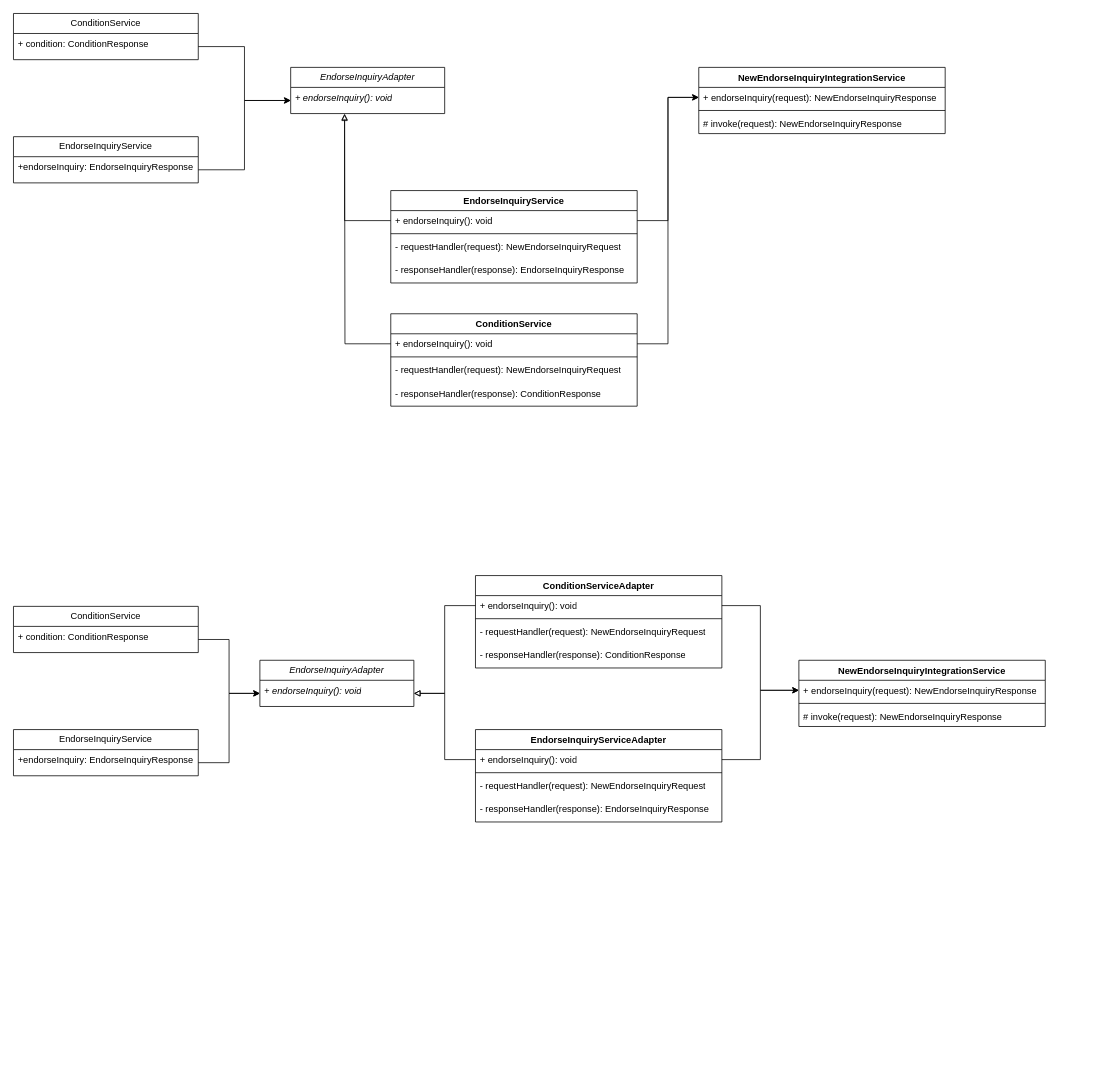
Above: page "第 3 页" (3 of 3) of endorseInquiry.drawio in alphonsoxu/docs (draw.io), before the change. Source tidied: cells renumbered, new cells numbered last; positions are measured from the earlier drawing's top-left corner, leaving out a move shared by most shapes. Both pictures are drawn from the tidied source at 77%, with x=0, y=0 at pixel (13, 13).
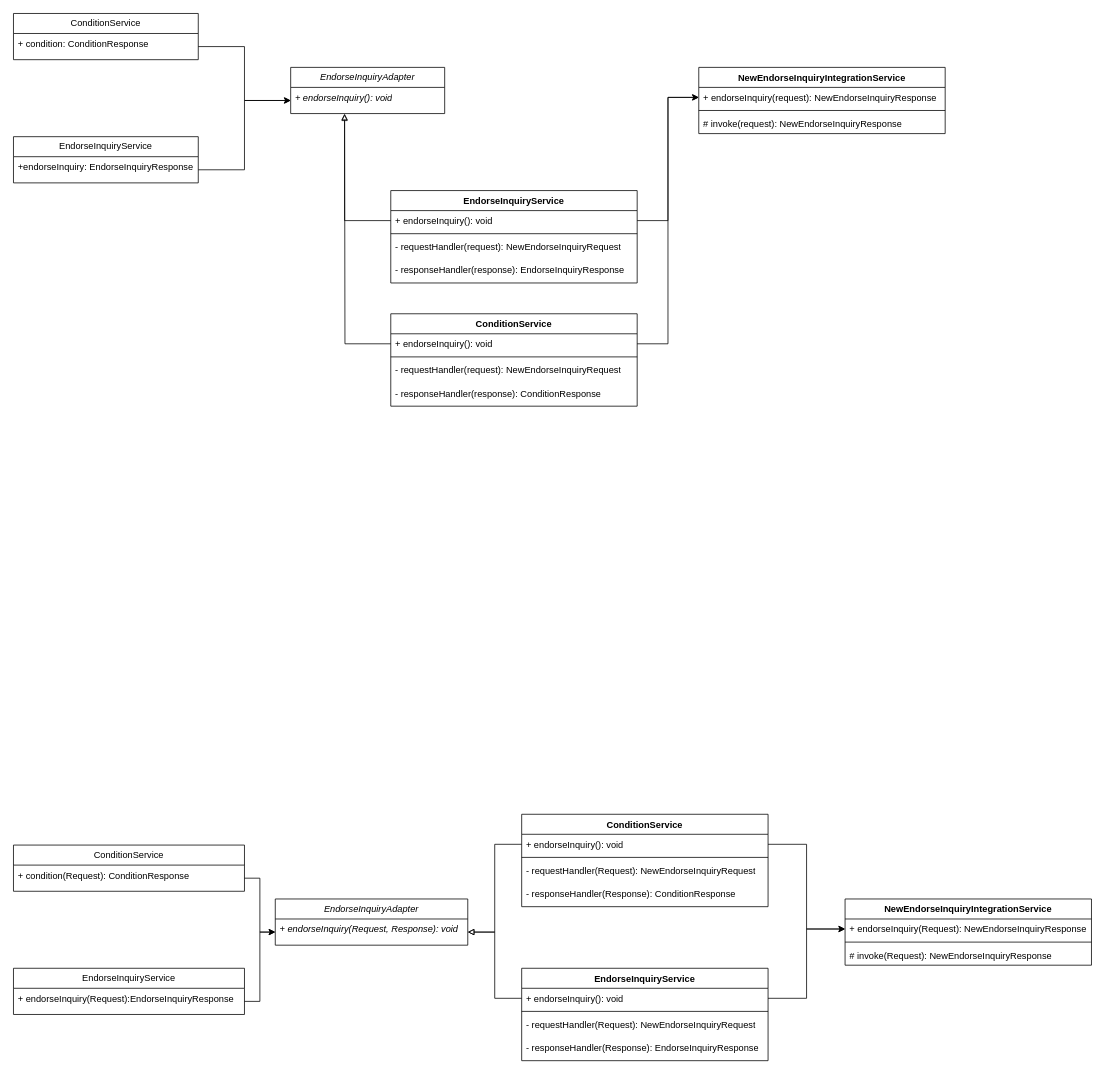
The same page after the edit.

The edit, as a diff of the source:
```diff
@@
     <mxCell id="28" value="ConditionService" style="swimlane;fontStyle=0;horizontal=1;startSize=26;fillColor=none;whiteSpace=wrap;html=1;" parent="1" vertex="1">
-      <mxGeometry y="770" width="240" height="60" as="geometry" />
+      <mxGeometry y="1080" width="300" height="60" as="geometry" />
     </mxCell>
-    <mxCell id="29" value="+ condition&lt;span style=&quot;background-color: initial;&quot;&gt;:&amp;nbsp;&lt;/span&gt;ConditionResponse" style="text;strokeColor=none;fillColor=none;align=left;verticalAlign=top;spacingLeft=4;spacingRight=4;overflow=hidden;points=[[0,0.5],[1,0.5]];portConstraint=eastwest;whiteSpace=wrap;html=1;" parent="28" vertex="1">
-      <mxGeometry y="26" width="240" height="34" as="geometry" />
-    </mxCell>
+    <mxCell id="54" value="+ condition(Request)&lt;span style=&quot;background-color: initial;&quot;&gt;:&amp;nbsp;&lt;/span&gt;ConditionResponse" style="text;strokeColor=none;fillColor=none;align=left;verticalAlign=top;spacingLeft=4;spacingRight=4;overflow=hidden;points=[[0,0.5],[1,0.5]];portConstraint=eastwest;whiteSpace=wrap;html=1;" parent="28" vertex="1">
+      <mxGeometry y="26" width="300" height="34" as="geometry" />
+    </mxCell>
     <mxCell id="30" value="NewEndorseInquiryIntegrationService" style="swimlane;fontStyle=1;align=center;verticalAlign=top;horizontal=1;startSize=26;whiteSpace=wrap;html=1;" parent="1" vertex="1">
-      <mxGeometry x="1020" y="840" width="320" height="86" as="geometry" />
+      <mxGeometry x="1080" y="1150" width="320" height="86" as="geometry" />
     </mxCell>
-    <mxCell id="31" value="+ endorseInquiry(request): NewEndorseInquiryResponse" style="text;strokeColor=none;fillColor=none;align=left;verticalAlign=top;spacingLeft=4;spacingRight=4;overflow=hidden;points=[[0,0.5],[1,0.5]];portConstraint=eastwest;whiteSpace=wrap;html=1;" parent="30" vertex="1">
-      <mxGeometry y="26" width="320" height="26" as="geometry" />
-    </mxCell>
-    <mxCell id="32" style="line;strokeWidth=1;fillColor=none;align=left;verticalAlign=middle;spacingTop=-1;spacingLeft=3;spacingRight=3;labelPosition=right;strokeColor=inherit;" parent="30" vertex="1">
-      <mxGeometry y="52" width="320" height="8" as="geometry" />
-    </mxCell>
-    <mxCell id="33" value="# invoke(request): NewEndorseInquiryResponse" style="text;strokeColor=none;fillColor=none;align=left;verticalAlign=top;spacingLeft=4;spacingRight=4;overflow=hidden;whiteSpace=wrap;html=1;" parent="30" vertex="1">
-      <mxGeometry y="60" width="320" height="26" as="geometry" />
-    </mxCell>
-    <mxCell id="34" value="EndorseInquiryServiceAdapter" style="swimlane;fontStyle=1;align=center;verticalAlign=top;horizontal=1;startSize=26;whiteSpace=wrap;html=1;" parent="1" vertex="1">
-      <mxGeometry x="600" y="930" width="320" height="120" as="geometry" />
-    </mxCell>
-    <mxCell id="35" value="+ endorseInquiry(): void" style="text;strokeColor=none;fillColor=none;align=left;verticalAlign=top;spacingLeft=4;spacingRight=4;overflow=hidden;points=[[0,0.5],[1,0.5]];portConstraint=eastwest;whiteSpace=wrap;html=1;" parent="34" vertex="1">
-      <mxGeometry y="26" width="320" height="26" as="geometry" />
-    </mxCell>
-    <mxCell id="36" style="line;strokeWidth=1;fillColor=none;align=left;verticalAlign=middle;spacingTop=-1;spacingLeft=3;spacingRight=3;labelPosition=right;strokeColor=inherit;" parent="34" vertex="1">
-      <mxGeometry y="52" width="320" height="8" as="geometry" />
-    </mxCell>
-    <mxCell id="37" value="- requestHandler(request): NewEndorseInquiryRequest" style="text;strokeColor=none;fillColor=none;align=left;verticalAlign=top;spacingLeft=4;spacingRight=4;overflow=hidden;whiteSpace=wrap;html=1;" parent="34" vertex="1">
-      <mxGeometry y="60" width="320" height="30" as="geometry" />
-    </mxCell>
-    <mxCell id="38" value="- responseHandler(response): EndorseInquiryResponse" style="text;strokeColor=none;fillColor=none;align=left;verticalAlign=top;spacingLeft=4;spacingRight=4;overflow=hidden;whiteSpace=wrap;html=1;" parent="34" vertex="1">
-      <mxGeometry y="90" width="320" height="30" as="geometry" />
-    </mxCell>
+    <mxCell id="55" value="+ endorseInquiry(Request): NewEndorseInquiryResponse" style="text;strokeColor=none;fillColor=none;align=left;verticalAlign=top;spacingLeft=4;spacingRight=4;overflow=hidden;points=[[0,0.5],[1,0.5]];portConstraint=eastwest;whiteSpace=wrap;html=1;" parent="30" vertex="1">
+      <mxGeometry y="26" width="320" height="26" as="geometry" />
+    </mxCell>
+    <mxCell id="56" style="line;strokeWidth=1;fillColor=none;align=left;verticalAlign=middle;spacingTop=-1;spacingLeft=3;spacingRight=3;labelPosition=right;strokeColor=inherit;" parent="30" vertex="1">
+      <mxGeometry y="52" width="320" height="8" as="geometry" />
+    </mxCell>
+    <mxCell id="57" value="# invoke(Request): NewEndorseInquiryResponse" style="text;strokeColor=none;fillColor=none;align=left;verticalAlign=top;spacingLeft=4;spacingRight=4;overflow=hidden;whiteSpace=wrap;html=1;" parent="30" vertex="1">
+      <mxGeometry y="60" width="320" height="26" as="geometry" />
+    </mxCell>
+    <mxCell id="58" value="EndorseInquiryService" style="swimlane;fontStyle=1;align=center;verticalAlign=top;horizontal=1;startSize=26;whiteSpace=wrap;html=1;" parent="1" vertex="1">
+      <mxGeometry x="660" y="1240" width="320" height="120" as="geometry" />
+    </mxCell>
+    <mxCell id="59" value="+ endorseInquiry(): void" style="text;strokeColor=none;fillColor=none;align=left;verticalAlign=top;spacingLeft=4;spacingRight=4;overflow=hidden;points=[[0,0.5],[1,0.5]];portConstraint=eastwest;whiteSpace=wrap;html=1;" parent="58" vertex="1">
+      <mxGeometry y="26" width="320" height="26" as="geometry" />
+    </mxCell>
+    <mxCell id="60" style="line;strokeWidth=1;fillColor=none;align=left;verticalAlign=middle;spacingTop=-1;spacingLeft=3;spacingRight=3;labelPosition=right;strokeColor=inherit;" parent="58" vertex="1">
+      <mxGeometry y="52" width="320" height="8" as="geometry" />
+    </mxCell>
+    <mxCell id="61" value="- requestHandler(Request): NewEndorseInquiryRequest" style="text;strokeColor=none;fillColor=none;align=left;verticalAlign=top;spacingLeft=4;spacingRight=4;overflow=hidden;whiteSpace=wrap;html=1;" parent="58" vertex="1">
+      <mxGeometry y="60" width="320" height="30" as="geometry" />
+    </mxCell>
+    <mxCell id="62" value="- responseHandler(Response): EndorseInquiryResponse" style="text;strokeColor=none;fillColor=none;align=left;verticalAlign=top;spacingLeft=4;spacingRight=4;overflow=hidden;whiteSpace=wrap;html=1;" parent="58" vertex="1">
+      <mxGeometry y="90" width="320" height="30" as="geometry" />
+    </mxCell>
     <mxCell id="39" value="&lt;i&gt;EndorseInquiryAdapter&lt;/i&gt;" style="swimlane;fontStyle=0;horizontal=1;startSize=26;fillColor=none;whiteSpace=wrap;html=1;" parent="1" vertex="1">
-      <mxGeometry x="320" y="840" width="200" height="60" as="geometry" />
+      <mxGeometry x="340" y="1150" width="250" height="60" as="geometry" />
     </mxCell>
-    <mxCell id="40" value="&lt;i&gt;+ endorseInquiry()&lt;span style=&quot;background-color: initial;&quot;&gt;:&amp;nbsp;&lt;/span&gt;void&lt;/i&gt;" style="text;strokeColor=none;fillColor=none;align=left;verticalAlign=top;spacingLeft=4;spacingRight=4;overflow=hidden;points=[[0,0.5],[1,0.5]];portConstraint=eastwest;whiteSpace=wrap;html=1;" parent="39" vertex="1">
-      <mxGeometry y="26" width="200" height="34" as="geometry" />
-    </mxCell>
-    <mxCell id="41" style="edgeStyle=orthogonalEdgeStyle;rounded=0;jettySize=auto;html=1;entryX=0;entryY=0.5;entryDx=0;entryDy=0;" parent="1" edge="1" source="29" target="40">
-      <mxGeometry relative="1" as="geometry" />
-    </mxCell>
-    <mxCell id="42" value="ConditionServiceAdapter" style="swimlane;fontStyle=1;align=center;verticalAlign=top;horizontal=1;startSize=26;whiteSpace=wrap;html=1;" parent="1" vertex="1">
-      <mxGeometry x="600" y="730" width="320" height="120" as="geometry" />
-    </mxCell>
-    <mxCell id="43" value="+ endorseInquiry(): void" style="text;strokeColor=none;fillColor=none;align=left;verticalAlign=top;spacingLeft=4;spacingRight=4;overflow=hidden;points=[[0,0.5],[1,0.5]];portConstraint=eastwest;whiteSpace=wrap;html=1;" parent="42" vertex="1">
-      <mxGeometry y="26" width="320" height="26" as="geometry" />
-    </mxCell>
-    <mxCell id="44" style="line;strokeWidth=1;fillColor=none;align=left;verticalAlign=middle;spacingTop=-1;spacingLeft=3;spacingRight=3;labelPosition=right;strokeColor=inherit;" parent="42" vertex="1">
-      <mxGeometry y="52" width="320" height="8" as="geometry" />
-    </mxCell>
-    <mxCell id="45" value="- requestHandler(request): NewEndorseInquiryRequest" style="text;strokeColor=none;fillColor=none;align=left;verticalAlign=top;spacingLeft=4;spacingRight=4;overflow=hidden;whiteSpace=wrap;html=1;" parent="42" vertex="1">
-      <mxGeometry y="60" width="320" height="30" as="geometry" />
-    </mxCell>
-    <mxCell id="46" value="- responseHandler(response): ConditionResponse" style="text;strokeColor=none;fillColor=none;align=left;verticalAlign=top;spacingLeft=4;spacingRight=4;overflow=hidden;whiteSpace=wrap;html=1;" parent="42" vertex="1">
-      <mxGeometry y="90" width="320" height="30" as="geometry" />
-    </mxCell>
-    <mxCell id="47" style="edgeStyle=orthogonalEdgeStyle;rounded=0;jettySize=auto;html=1;entryX=0;entryY=0.5;entryDx=0;entryDy=0;" parent="1" edge="1" source="35" target="31">
-      <mxGeometry relative="1" as="geometry" />
-    </mxCell>
-    <mxCell id="48" style="edgeStyle=orthogonalEdgeStyle;rounded=0;jettySize=auto;html=1;entryX=0;entryY=0.5;entryDx=0;entryDy=0;" parent="1" edge="1" source="43" target="31">
-      <mxGeometry relative="1" as="geometry" />
-    </mxCell>
+    <mxCell id="63" value="&lt;i&gt;+ endorseInquiry(Request, Response)&lt;span style=&quot;background-color: initial;&quot;&gt;:&amp;nbsp;&lt;/span&gt;void&lt;/i&gt;" style="text;strokeColor=none;fillColor=none;align=left;verticalAlign=top;spacingLeft=4;spacingRight=4;overflow=hidden;points=[[0,0.5],[1,0.5]];portConstraint=eastwest;whiteSpace=wrap;html=1;" parent="39" vertex="1">
+      <mxGeometry y="26" width="250" height="34" as="geometry" />
+    </mxCell>
+    <mxCell id="64" style="edgeStyle=orthogonalEdgeStyle;rounded=0;jettySize=auto;html=1;entryX=0;entryY=0.5;entryDx=0;entryDy=0;" parent="1" edge="1" source="54" target="63">
+      <mxGeometry relative="1" as="geometry" />
+    </mxCell>
+    <mxCell id="65" value="ConditionService" style="swimlane;fontStyle=1;align=center;verticalAlign=top;horizontal=1;startSize=26;whiteSpace=wrap;html=1;" parent="1" vertex="1">
+      <mxGeometry x="660" y="1040" width="320" height="120" as="geometry" />
+    </mxCell>
+    <mxCell id="66" value="+ endorseInquiry(): void" style="text;strokeColor=none;fillColor=none;align=left;verticalAlign=top;spacingLeft=4;spacingRight=4;overflow=hidden;points=[[0,0.5],[1,0.5]];portConstraint=eastwest;whiteSpace=wrap;html=1;" parent="65" vertex="1">
+      <mxGeometry y="26" width="320" height="26" as="geometry" />
+    </mxCell>
+    <mxCell id="67" style="line;strokeWidth=1;fillColor=none;align=left;verticalAlign=middle;spacingTop=-1;spacingLeft=3;spacingRight=3;labelPosition=right;strokeColor=inherit;" parent="65" vertex="1">
+      <mxGeometry y="52" width="320" height="8" as="geometry" />
+    </mxCell>
+    <mxCell id="68" value="- requestHandler(Request): NewEndorseInquiryRequest" style="text;strokeColor=none;fillColor=none;align=left;verticalAlign=top;spacingLeft=4;spacingRight=4;overflow=hidden;whiteSpace=wrap;html=1;" parent="65" vertex="1">
+      <mxGeometry y="60" width="320" height="30" as="geometry" />
+    </mxCell>
+    <mxCell id="69" value="- responseHandler(Response): ConditionResponse" style="text;strokeColor=none;fillColor=none;align=left;verticalAlign=top;spacingLeft=4;spacingRight=4;overflow=hidden;whiteSpace=wrap;html=1;" parent="65" vertex="1">
+      <mxGeometry y="90" width="320" height="30" as="geometry" />
+    </mxCell>
+    <mxCell id="70" style="edgeStyle=orthogonalEdgeStyle;rounded=0;jettySize=auto;html=1;entryX=0;entryY=0.5;entryDx=0;entryDy=0;" parent="1" edge="1" source="59" target="55">
+      <mxGeometry relative="1" as="geometry" />
+    </mxCell>
+    <mxCell id="71" style="edgeStyle=orthogonalEdgeStyle;rounded=0;jettySize=auto;html=1;entryX=0;entryY=0.5;entryDx=0;entryDy=0;" parent="1" edge="1" source="66" target="55">
+      <mxGeometry relative="1" as="geometry" />
+    </mxCell>
     <mxCell id="49" value="EndorseInquiryService" style="swimlane;fontStyle=0;horizontal=1;startSize=26;fillColor=none;whiteSpace=wrap;html=1;" parent="1" vertex="1">
-      <mxGeometry y="930" width="240" height="60" as="geometry" />
+      <mxGeometry y="1240" width="300" height="60" as="geometry" />
     </mxCell>
-    <mxCell id="50" value="+endorseInquiry&lt;span style=&quot;background-color: initial;&quot;&gt;:&amp;nbsp;&lt;/span&gt;EndorseInquiryResponse" style="text;strokeColor=none;fillColor=none;align=left;verticalAlign=top;spacingLeft=4;spacingRight=4;overflow=hidden;points=[[0,0.5],[1,0.5]];portConstraint=eastwest;whiteSpace=wrap;html=1;" parent="49" vertex="1">
-      <mxGeometry y="26" width="240" height="34" as="geometry" />
-    </mxCell>
-    <mxCell id="51" style="edgeStyle=orthogonalEdgeStyle;rounded=0;jettySize=auto;html=1;entryX=0;entryY=0.5;entryDx=0;entryDy=0;" parent="1" edge="1" source="50" target="40">
-      <mxGeometry relative="1" as="geometry" />
-    </mxCell>
-    <mxCell id="52" style="edgeStyle=orthogonalEdgeStyle;rounded=0;jettySize=auto;html=1;entryX=1;entryY=0.5;entryDx=0;entryDy=0;endArrow=block;endFill=0;" parent="1" edge="1" source="43" target="40">
-      <mxGeometry relative="1" as="geometry" />
-    </mxCell>
-    <mxCell id="53" style="edgeStyle=orthogonalEdgeStyle;rounded=0;jettySize=auto;html=1;entryX=1;entryY=0.5;entryDx=0;entryDy=0;endArrow=block;endFill=0;" parent="1" edge="1" source="35" target="40">
-      <mxGeometry relative="1" as="geometry" />
-    </mxCell>
+    <mxCell id="72" value="+ endorseInquiry(Request):EndorseInquiryResponse" style="text;strokeColor=none;fillColor=none;align=left;verticalAlign=top;spacingLeft=4;spacingRight=4;overflow=hidden;points=[[0,0.5],[1,0.5]];portConstraint=eastwest;whiteSpace=wrap;html=1;" parent="49" vertex="1">
+      <mxGeometry y="26" width="300" height="34" as="geometry" />
+    </mxCell>
+    <mxCell id="73" style="edgeStyle=orthogonalEdgeStyle;rounded=0;jettySize=auto;html=1;entryX=0;entryY=0.5;entryDx=0;entryDy=0;" parent="1" edge="1" source="72" target="63">
+      <mxGeometry relative="1" as="geometry" />
+    </mxCell>
+    <mxCell id="74" style="edgeStyle=orthogonalEdgeStyle;rounded=0;jettySize=auto;html=1;entryX=1;entryY=0.5;entryDx=0;entryDy=0;endArrow=block;endFill=0;" parent="1" edge="1" source="66" target="63">
+      <mxGeometry relative="1" as="geometry" />
+    </mxCell>
+    <mxCell id="75" style="edgeStyle=orthogonalEdgeStyle;rounded=0;jettySize=auto;html=1;entryX=1;entryY=0.5;entryDx=0;entryDy=0;endArrow=block;endFill=0;" parent="1" edge="1" source="59" target="63">
+      <mxGeometry relative="1" as="geometry" />
+    </mxCell>
```
